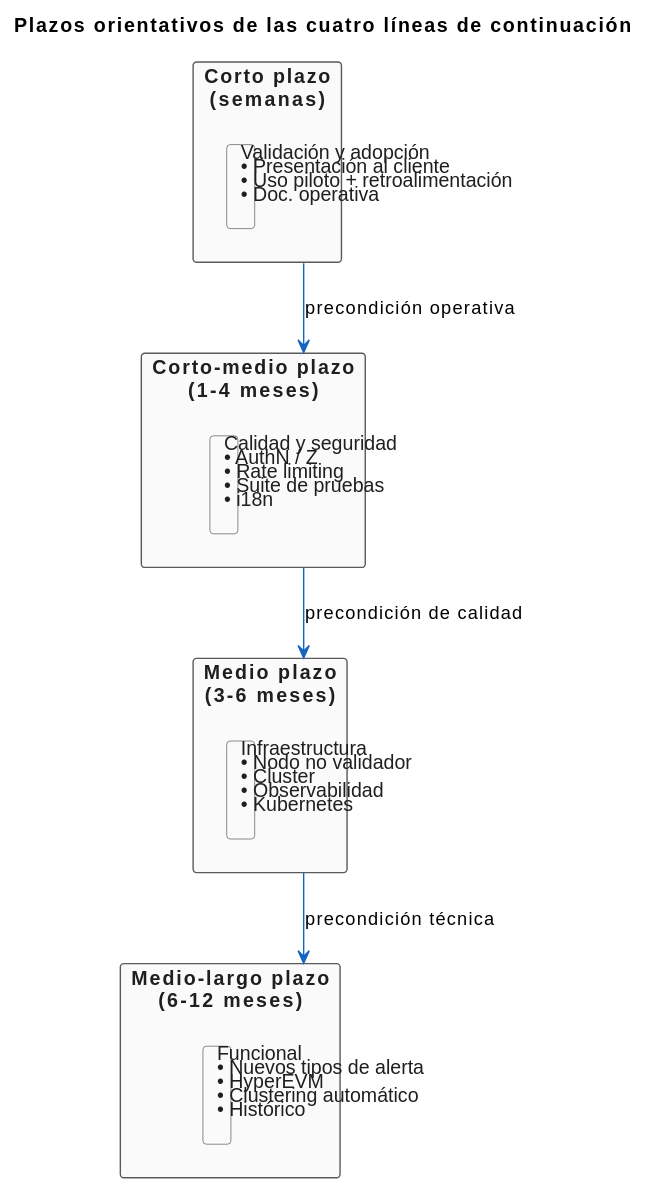
This is imagenes/capitulosFinales/plazosFuturas.svg from nekiiiiis/tfg, a PlantUML export, as it was before one commit. The source it was exported from:
```plantuml
@startuml
skinparam shadowing false
skinparam rectangle {
  BackgroundColor #FAFAFA
  BorderColor #5A5A5A
  FontColor #1F1F1F
}
hide stereotype

title Plazos orientativos de las cuatro líneas de continuación

rectangle "Corto plazo\n(semanas)" as P1 {
  rectangle "Validación y adopción\n• Presentación al cliente\n• Uso piloto + retroalimentación\n• Doc. operativa" as L1
}

rectangle "Corto-medio plazo\n(1-4 meses)" as P2 {
  rectangle "Calidad y seguridad\n• AuthN / Z\n• Rate limiting\n• Suite de pruebas\n• i18n" as L2
}

rectangle "Medio plazo\n(3-6 meses)" as P3 {
  rectangle "Infraestructura\n• Nodo no validador\n• Cluster\n• Observabilidad\n• Kubernetes" as L3
}

rectangle "Medio-largo plazo\n(6-12 meses)" as P4 {
  rectangle "Funcional\n• Nuevos tipos de alerta\n• HyperEVM\n• Clustering automático\n• Histórico" as L4
}

P1 -[#1565C0]-> P2 : precondición operativa
P2 -[#1565C0]-> P3 : precondición de calidad
P3 -[#1565C0]-> P4 : precondición técnica
@enduml
```
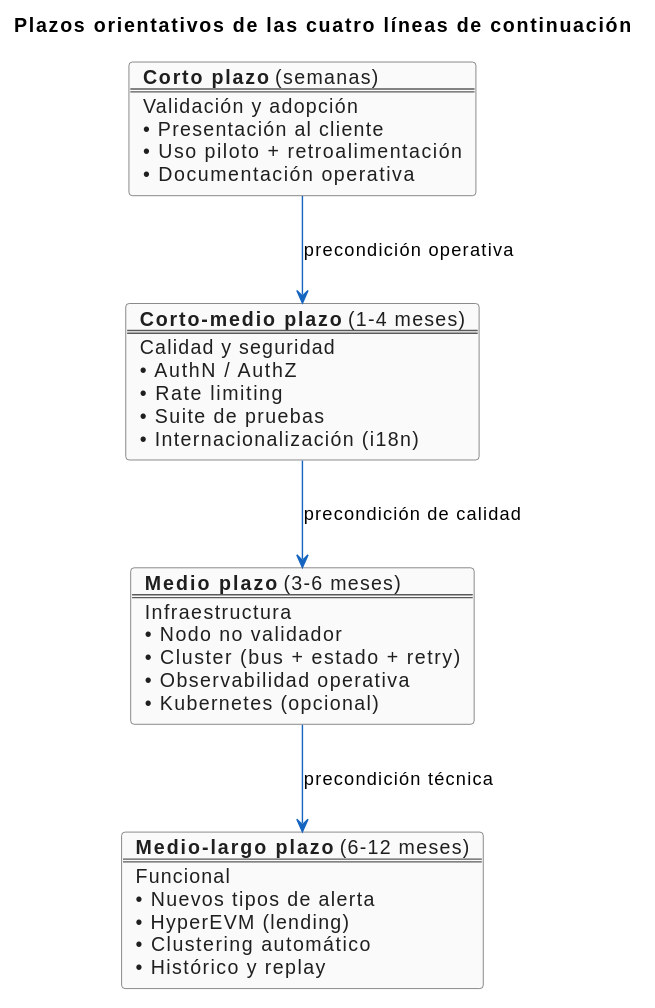
Later version of the same file.

Commit message:
fix(capitulosFinales): corregir desbordamiento de texto en navegación y plazos

The edit, as a diff of the source:
```diff
@@ -1,6 +1,6 @@
 @startuml
 skinparam shadowing false
-skinparam rectangle {
+skinparam card {
   BackgroundColor #FAFAFA
   BorderColor #5A5A5A
   FontColor #1F1F1F
@@ -9,21 +9,44 @@
 
 title Plazos orientativos de las cuatro líneas de continuación
 
-rectangle "Corto plazo\n(semanas)" as P1 {
-  rectangle "Validación y adopción\n• Presentación al cliente\n• Uso piloto + retroalimentación\n• Doc. operativa" as L1
-}
+card P1 [
+**Corto plazo** (semanas)
+====
+Validación y adopción
+• Presentación al cliente
+• Uso piloto + retroalimentación
+• Documentación operativa
+]
 
-rectangle "Corto-medio plazo\n(1-4 meses)" as P2 {
-  rectangle "Calidad y seguridad\n• AuthN / Z\n• Rate limiting\n• Suite de pruebas\n• i18n" as L2
-}
+card P2 [
+**Corto-medio plazo** (1-4 meses)
+====
+Calidad y seguridad
+• AuthN / AuthZ
+• Rate limiting
+• Suite de pruebas
+• Internacionalización (i18n)
+]
 
-rectangle "Medio plazo\n(3-6 meses)" as P3 {
-  rectangle "Infraestructura\n• Nodo no validador\n• Cluster\n• Observabilidad\n• Kubernetes" as L3
-}
+card P3 [
+**Medio plazo** (3-6 meses)
+====
+Infraestructura
+• Nodo no validador
+• Cluster (bus + estado + retry)
+• Observabilidad operativa
+• Kubernetes (opcional)
+]
 
-rectangle "Medio-largo plazo\n(6-12 meses)" as P4 {
-  rectangle "Funcional\n• Nuevos tipos de alerta\n• HyperEVM\n• Clustering automático\n• Histórico" as L4
-}
+card P4 [
+**Medio-largo plazo** (6-12 meses)
+====
+Funcional
+• Nuevos tipos de alerta
+• HyperEVM (lending)
+• Clustering automático
+• Histórico y replay
+]
 
 P1 -[#1565C0]-> P2 : precondición operativa
 P2 -[#1565C0]-> P3 : precondición de calidad
```
